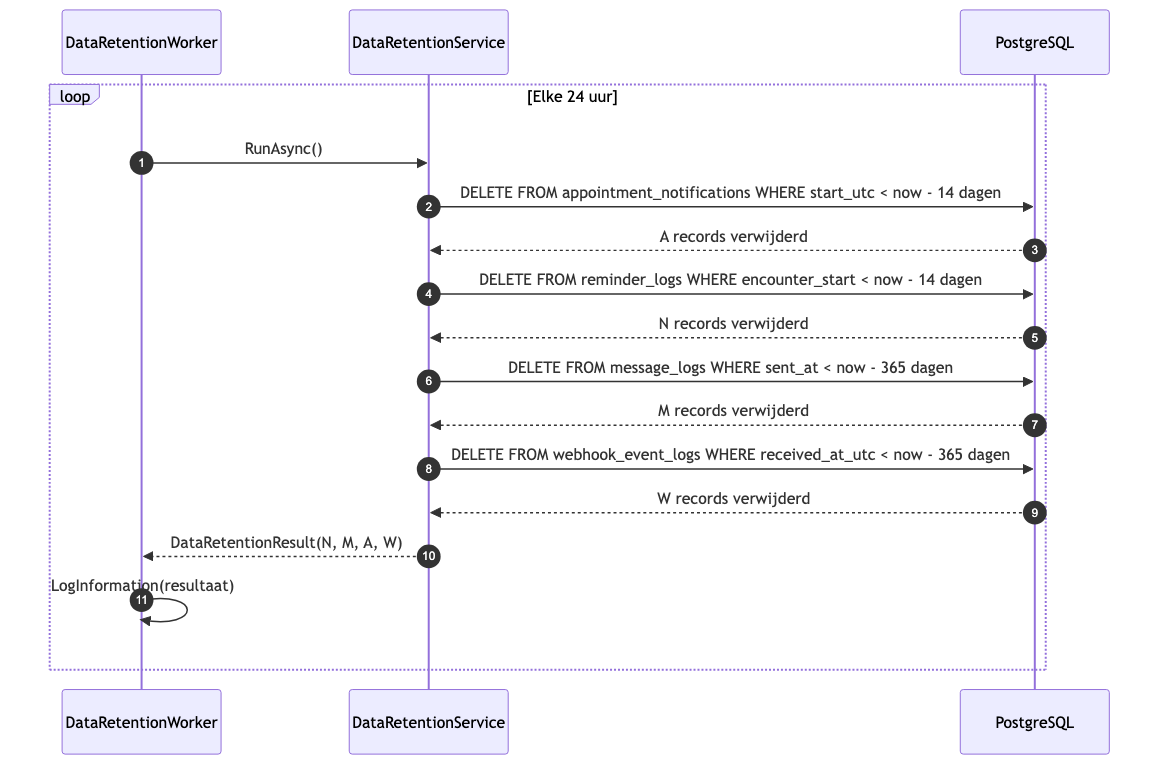
Above: docs/c4/images/04-reminder-process-3.png in Rishyansyal/OpenMRSmoduleBackend (Mermaid), before the change. Its source is kept beside it as docs/c4/diagrams/04-reminder-process-3.mmd.
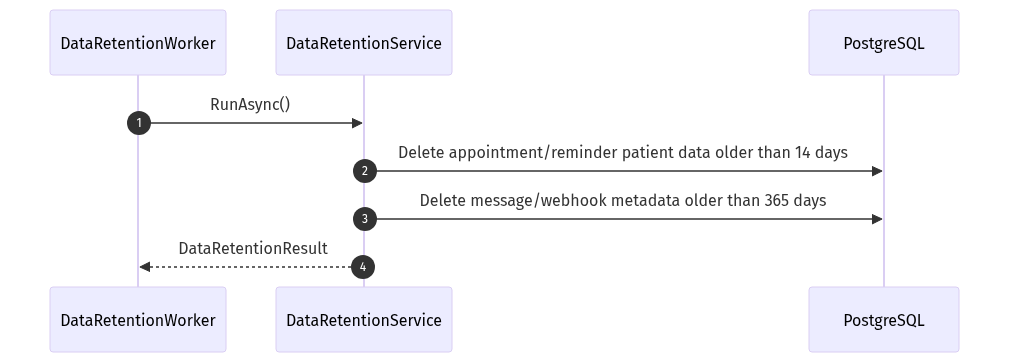
The same diagram one commit later.

What changed in the source:
```diff
@@ -4,16 +4,7 @@
     participant S as DataRetentionService
     participant DB as PostgreSQL
 
-    loop Elke 24 uur
-        W->>S: RunAsync()
-        S->>DB: DELETE FROM appointment_notifications WHERE start_utc < now - 14 dagen
-        DB-->>S: A records verwijderd
-        S->>DB: DELETE FROM reminder_logs WHERE encounter_start < now - 14 dagen
-        DB-->>S: N records verwijderd
-        S->>DB: DELETE FROM message_logs WHERE sent_at < now - 365 dagen
-        DB-->>S: M records verwijderd
-        S->>DB: DELETE FROM webhook_event_logs WHERE received_at_utc < now - 365 dagen
-        DB-->>S: W records verwijderd
-        S-->>W: DataRetentionResult(N, M, A, W)
-        W->>W: LogInformation(resultaat)
-    end
+    W->>S: RunAsync()
+    S->>DB: Delete appointment/reminder patient data older than 14 days
+    S->>DB: Delete message/webhook metadata older than 365 days
+    S-->>W: DataRetentionResult
```
